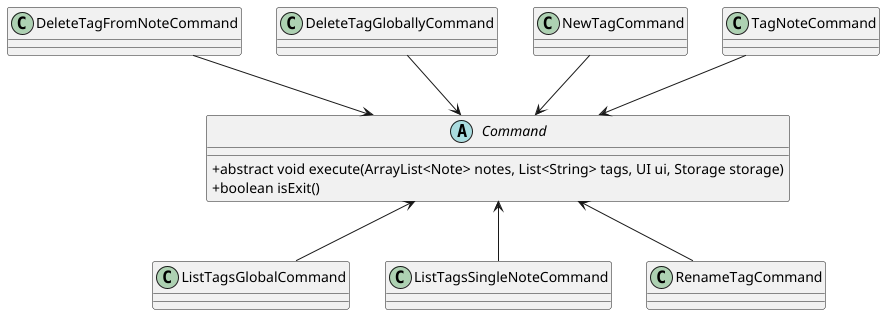
shauntsr/tp keeps this PlantUML diagram as docs/images/TagCommands.png. Above is the earlier version.
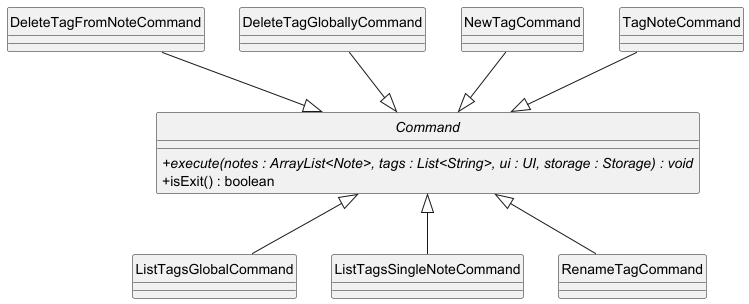
The same diagram one commit later.

Diff of the diagram source:
```diff
@@ -1,9 +1,9 @@
 @startuml TagCommands
 skinparam classAttributeIconSize 0
-
+hide circle
 abstract class Command {
-    + abstract void execute(ArrayList<Note> notes, List<String> tags, UI ui, Storage storage)
-    + boolean isExit()
+    + {abstract} execute(notes : ArrayList<Note>, tags : List<String>, ui : UI, storage : Storage) : void
+    + isExit() : boolean
 }
 
 class DeleteTagFromNoteCommand
@@ -14,11 +14,11 @@
 class RenameTagCommand
 class TagNoteCommand
 
-DeleteTagFromNoteCommand -down-> Command
-DeleteTagGloballyCommand -down-> Command
-ListTagsSingleNoteCommand -up-> Command
-NewTagCommand -down-> Command
-RenameTagCommand -up-> Command
-TagNoteCommand -down-> Command
-ListTagsGlobalCommand -up-> Command
+DeleteTagFromNoteCommand -down-|> Command
+DeleteTagGloballyCommand -down-|> Command
+ListTagsSingleNoteCommand -up-|> Command
+NewTagCommand -down-|> Command
+RenameTagCommand -up-|> Command
+TagNoteCommand -down-|> Command
+ListTagsGlobalCommand -up-|> Command
 @enduml
```
